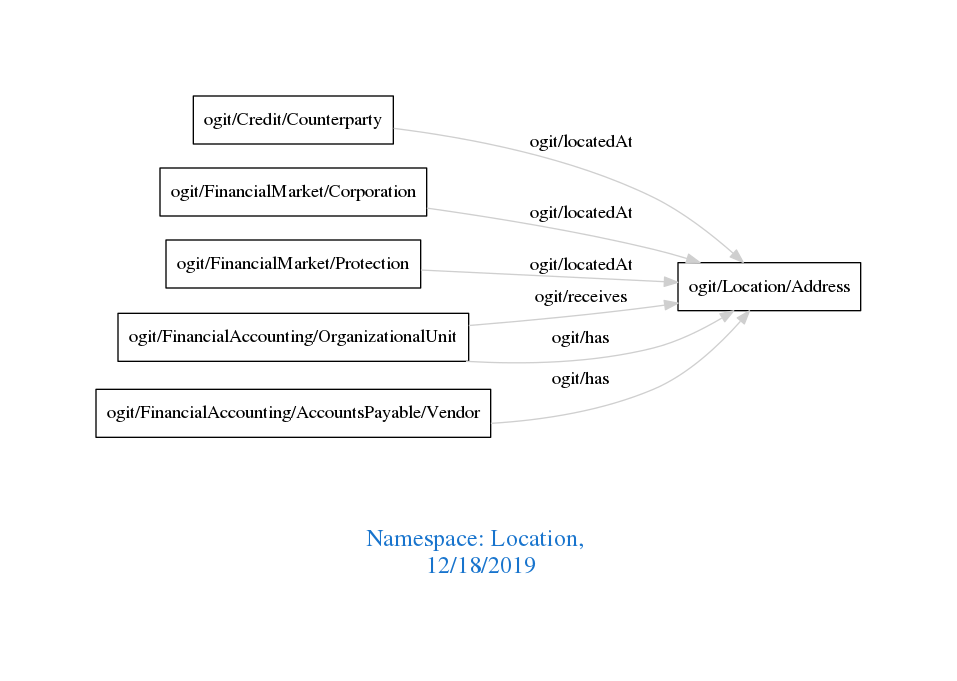
Above: downloads/Location.png in arago/OGIT (Graphviz), before the change. Its source is kept beside it as downloads/Location.dot. Its diagram source:
```dot
digraph OGIT_ontology {
 graph [ rankdir= LR,pad=1
fontsize = 18,
fontcolor= dodgerblue3,label = "\n\n\nNamespace: Location, \n 12/18/2019"];
node[shape=polygon];
edge [  color="gray81"];

   "ogit/Credit/Counterparty" -> "ogit/Location/Address" [label="   ogit/locatedAt    "];
   "ogit/FinancialMarket/Corporation" -> "ogit/Location/Address" [label="   ogit/locatedAt    "];
   "ogit/FinancialMarket/Protection" -> "ogit/Location/Address" [label="   ogit/locatedAt    "];
   "ogit/FinancialAccounting/OrganizationalUnit" -> "ogit/Location/Address" [label="   ogit/receives    "];
   "ogit/FinancialAccounting/AccountsPayable/Vendor" -> "ogit/Location/Address" [label="   ogit/has    "];
   "ogit/FinancialAccounting/OrganizationalUnit" -> "ogit/Location/Address" [label="   ogit/has    "];
}
```
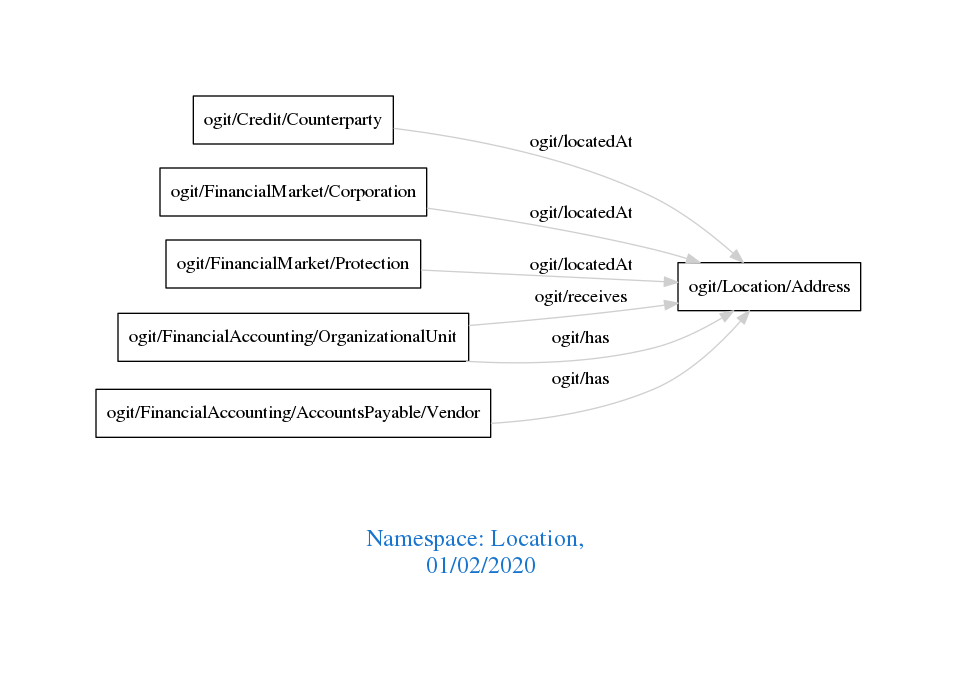
The same file after the commit.

What changed in the source:
```diff
@@ -1,7 +1,7 @@
 digraph OGIT_ontology {
  graph [ rankdir= LR,pad=1
 fontsize = 18,
-fontcolor= dodgerblue3,label = "\n\n\nNamespace: Location, \n 12/18/2019"];
+fontcolor= dodgerblue3,label = "\n\n\nNamespace: Location, \n 01/02/2020"];
 node[shape=polygon];
 edge [  color="gray81"];
 
```
